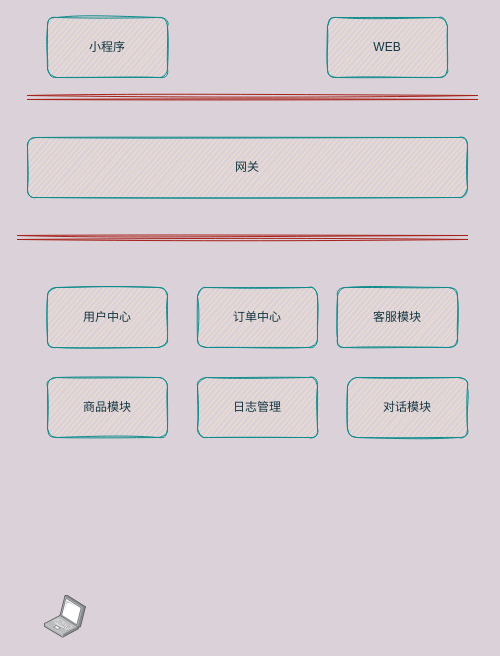
fomsun/diagrams keeps this draw.io diagram as 商城架构图.drawio. Above is the earlier version. Source tidied: cells renumbered, new cells numbered last; positions are measured from the earlier drawing's top-left corner, leaving out a move shared by most shapes. Both pictures are drawn from the tidied source at 100%, with x=0, y=0 at pixel (17, 17).
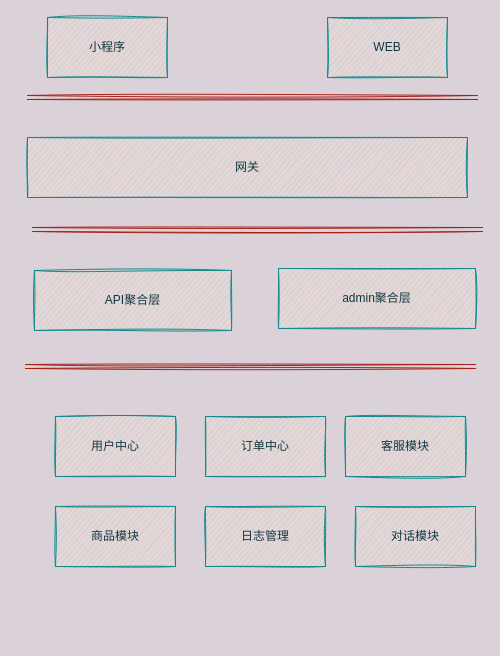
After the change.

Commit message:
更新商城架构图.drawio

Diff of the diagram source:
```diff
@@
 <mxGraphModel background="#DAD2D8">
   <root>
     <mxCell id="0" />
     <mxCell id="1" parent="0" />
-    <mxCell id="2" value="小程序" style="rounded=1;whiteSpace=wrap;html=1;fillColor=#FAE5C7;strokeColor=#0F8B8D;fontColor=#143642;sketch=1;" parent="1" vertex="1">
+    <mxCell id="2" value="小程序" style="whiteSpace=wrap;html=1;fillColor=#FAE5C7;strokeColor=#0F8B8D;fontColor=#143642;sketch=1;" parent="1" vertex="1">
       <mxGeometry x="30" width="120" height="60" as="geometry" />
     </mxCell>
-    <mxCell id="3" value="WEB" style="rounded=1;whiteSpace=wrap;html=1;fillColor=#FAE5C7;strokeColor=#0F8B8D;fontColor=#143642;sketch=1;" parent="1" vertex="1">
+    <mxCell id="3" value="WEB" style="whiteSpace=wrap;html=1;fillColor=#FAE5C7;strokeColor=#0F8B8D;fontColor=#143642;sketch=1;" parent="1" vertex="1">
       <mxGeometry x="310" width="120" height="60" as="geometry" />
     </mxCell>
     <mxCell id="4" style="shape=link;html=1;strokeColor=#A8201A;fontColor=#143642;labelBackgroundColor=#DAD2D8;sketch=1;" parent="1" edge="1">
       <mxGeometry relative="1" as="geometry">
         <mxPoint x="10" y="80" as="sourcePoint" />
         <mxPoint x="460" y="80" as="targetPoint" />
       </mxGeometry>
     </mxCell>
-    <mxCell id="5" value="网关" style="rounded=1;whiteSpace=wrap;html=1;fillColor=#FAE5C7;strokeColor=#0F8B8D;fontColor=#143642;sketch=1;" parent="1" vertex="1">
+    <mxCell id="5" value="网关" style="whiteSpace=wrap;html=1;fillColor=#FAE5C7;strokeColor=#0F8B8D;fontColor=#143642;sketch=1;" parent="1" vertex="1">
       <mxGeometry x="10" y="120" width="440" height="60" as="geometry" />
     </mxCell>
+    <mxCell id="14" style="group;fontColor=#143642;sketch=1;" parent="1" vertex="1">
+      <mxGeometry x="8" y="349" width="450" height="200" as="geometry" />
+    </mxCell>
-    <mxCell id="6" style="shape=link;html=1;strokeColor=#A8201A;fontColor=#143642;labelBackgroundColor=#DAD2D8;sketch=1;" parent="1" edge="1">
+    <mxCell id="6" style="shape=link;html=1;strokeColor=#A8201A;fontColor=#143642;labelBackgroundColor=#DAD2D8;sketch=1;" parent="14" edge="1">
       <mxGeometry relative="1" as="geometry">
-        <mxPoint y="220" as="sourcePoint" />
-        <mxPoint x="450" y="220" as="targetPoint" />
+        <mxPoint as="sourcePoint" />
+        <mxPoint x="450" as="targetPoint" />
       </mxGeometry>
     </mxCell>
-    <mxCell id="7" value="用户中心" style="rounded=1;whiteSpace=wrap;html=1;fillColor=#FAE5C7;strokeColor=#0F8B8D;fontColor=#143642;sketch=1;" parent="1" vertex="1">
-      <mxGeometry x="30" y="270" width="120" height="60" as="geometry" />
+    <mxCell id="7" value="用户中心" style="whiteSpace=wrap;html=1;fillColor=#FAE5C7;strokeColor=#0F8B8D;fontColor=#143642;sketch=1;" parent="14" vertex="1">
+      <mxGeometry x="30" y="50" width="120" height="60" as="geometry" />
     </mxCell>
-    <mxCell id="8" value="订单中心" style="rounded=1;whiteSpace=wrap;html=1;fillColor=#FAE5C7;strokeColor=#0F8B8D;fontColor=#143642;sketch=1;" parent="1" vertex="1">
-      <mxGeometry x="180" y="270" width="120" height="60" as="geometry" />
+    <mxCell id="8" value="订单中心" style="whiteSpace=wrap;html=1;fillColor=#FAE5C7;strokeColor=#0F8B8D;fontColor=#143642;sketch=1;" parent="14" vertex="1">
+      <mxGeometry x="180" y="50" width="120" height="60" as="geometry" />
     </mxCell>
-    <mxCell id="9" value="客服模块" style="rounded=1;whiteSpace=wrap;html=1;fillColor=#FAE5C7;strokeColor=#0F8B8D;fontColor=#143642;sketch=1;" parent="1" vertex="1">
-      <mxGeometry x="320" y="270" width="120" height="60" as="geometry" />
+    <mxCell id="9" value="客服模块" style="whiteSpace=wrap;html=1;fillColor=#FAE5C7;strokeColor=#0F8B8D;fontColor=#143642;sketch=1;" parent="14" vertex="1">
+      <mxGeometry x="320" y="50" width="120" height="60" as="geometry" />
     </mxCell>
-    <mxCell id="10" value="商品模块" style="rounded=1;whiteSpace=wrap;html=1;fillColor=#FAE5C7;strokeColor=#0F8B8D;fontColor=#143642;sketch=1;" parent="1" vertex="1">
-      <mxGeometry x="30" y="360" width="120" height="60" as="geometry" />
+    <mxCell id="10" value="商品模块" style="whiteSpace=wrap;html=1;fillColor=#FAE5C7;strokeColor=#0F8B8D;fontColor=#143642;sketch=1;" parent="14" vertex="1">
+      <mxGeometry x="30" y="140" width="120" height="60" as="geometry" />
     </mxCell>
-    <mxCell id="11" value="日志管理" style="rounded=1;whiteSpace=wrap;html=1;fillColor=#FAE5C7;strokeColor=#0F8B8D;fontColor=#143642;sketch=1;" parent="1" vertex="1">
-      <mxGeometry x="180" y="360" width="120" height="60" as="geometry" />
+    <mxCell id="11" value="日志管理" style="whiteSpace=wrap;html=1;fillColor=#FAE5C7;strokeColor=#0F8B8D;fontColor=#143642;sketch=1;" parent="14" vertex="1">
+      <mxGeometry x="180" y="140" width="120" height="60" as="geometry" />
     </mxCell>
-    <mxCell id="12" value="对话模块" style="rounded=1;whiteSpace=wrap;html=1;fillColor=#FAE5C7;strokeColor=#0F8B8D;fontColor=#143642;sketch=1;" parent="1" vertex="1">
-      <mxGeometry x="330" y="360" width="120" height="60" as="geometry" />
+    <mxCell id="12" value="对话模块" style="whiteSpace=wrap;html=1;fillColor=#FAE5C7;strokeColor=#0F8B8D;fontColor=#143642;sketch=1;" parent="14" vertex="1">
+      <mxGeometry x="330" y="140" width="120" height="60" as="geometry" />
     </mxCell>
-    <mxCell id="13" style="html=1;align=center;shadow=0;dashed=0;image;image=img/lib/allied_telesis/computer_and_terminals/Laptop.svg;rounded=0;strokeColor=#0F8B8D;fillColor=#FAE5C7;fontColor=#143642;labelBackgroundColor=#DAD2D8;sketch=1;" parent="1" vertex="1">
-      <mxGeometry x="27" y="578" width="42" height="42.6" as="geometry" />
-    </mxCell>
+    <mxCell id="15" value="API聚合层" style="whiteSpace=wrap;html=1;fillColor=#FAE5C7;strokeColor=#0F8B8D;fontColor=#143642;sketch=1;" parent="1" vertex="1">
+      <mxGeometry x="17" y="253" width="197" height="60" as="geometry" />
+    </mxCell>
+    <mxCell id="16" style="shape=link;html=1;strokeColor=#A8201A;fontColor=#143642;labelBackgroundColor=#DAD2D8;sketch=1;" parent="1" edge="1">
+      <mxGeometry relative="1" as="geometry">
+        <mxPoint x="15" y="212" as="sourcePoint" />
+        <mxPoint x="465" y="212" as="targetPoint" />
+      </mxGeometry>
+    </mxCell>
+    <mxCell id="17" value="admin聚合层" style="whiteSpace=wrap;html=1;fillColor=#FAE5C7;strokeColor=#0F8B8D;fontColor=#143642;sketch=1;" parent="1" vertex="1">
+      <mxGeometry x="261" y="251" width="197" height="60" as="geometry" />
+    </mxCell>
   </root>
 </mxGraphModel>
```
